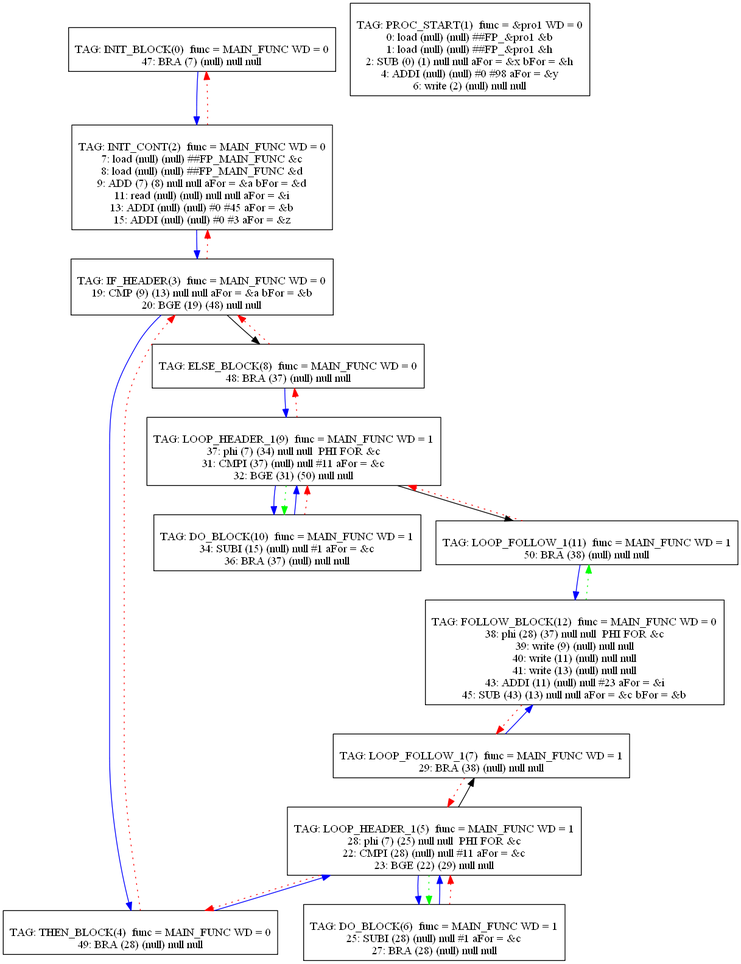
Before: Compiler/graph.png, a diagram exported from Graphviz (mbajaj92/Project-Astoria). Its source is kept beside it as Compiler/graph.dot.
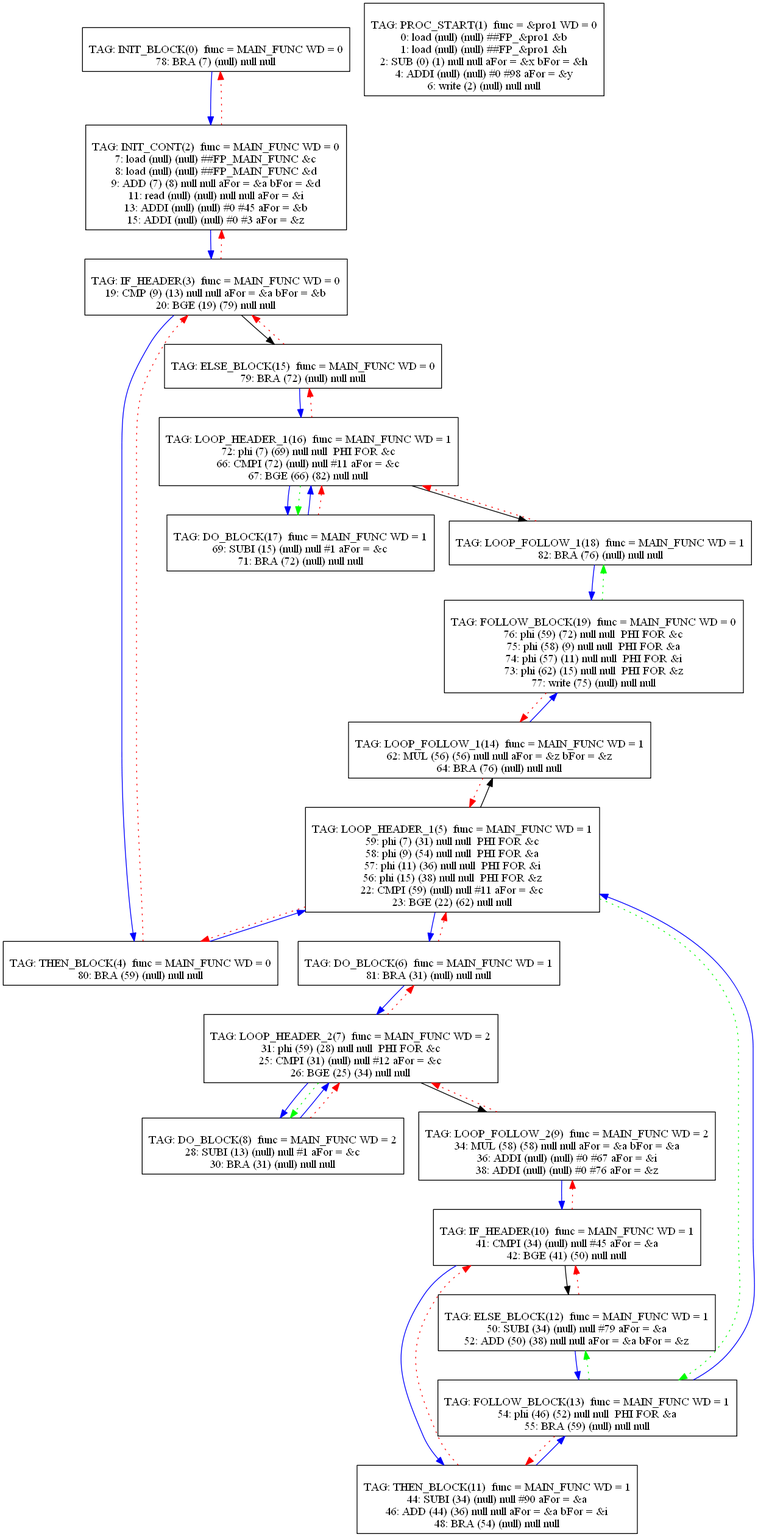
Above is the later version.

Change to the diagram source:
```diff
@@ -1,7 +1,7 @@
 digraph {
 0[label="
 TAG: INIT_BLOCK(0)  func = MAIN_FUNC WD = 0
-47: BRA (7) (null) null null
+78: BRA (7) (null) null null
 "];
 0[shape=box];
 0 -> 2[color=blue]
@@ -29,88 +29,153 @@
 3[label="
 TAG: IF_HEADER(3)  func = MAIN_FUNC WD = 0
 19: CMP (9) (13) null null aFor = &a bFor = &b
-20: BGE (19) (48) null null
+20: BGE (19) (79) null null
 "];
 3[shape=box];
 3 -> 4[color=blue]
-3 -> 8[color=black]
+3 -> 15[color=black]
 3 -> 2[color=red][style=dotted]
 4[label="
 TAG: THEN_BLOCK(4)  func = MAIN_FUNC WD = 0
-49: BRA (28) (null) null null
+80: BRA (59) (null) null null
 "];
 4[shape=box];
 4 -> 5[color=blue]
 4 -> 3[color=red][style=dotted]
 5[label="
 TAG: LOOP_HEADER_1(5)  func = MAIN_FUNC WD = 1
-28: phi (7) (25) null null  PHI FOR &c
-22: CMPI (28) (null) null #11 aFor = &c
-23: BGE (22) (29) null null
+59: phi (7) (31) null null  PHI FOR &c
+58: phi (9) (54) null null  PHI FOR &a
+57: phi (11) (36) null null  PHI FOR &i
+56: phi (15) (38) null null  PHI FOR &z
+22: CMPI (59) (null) null #11 aFor = &c
+23: BGE (22) (62) null null
 "];
 5[shape=box];
 5 -> 6[color=blue]
-5 -> 7[color=black]
+5 -> 14[color=black]
 5 -> 4[color=red][style=dotted]
-5 -> 6[color=green][style=dotted]
+5 -> 13[color=green][style=dotted]
 6[label="
 TAG: DO_BLOCK(6)  func = MAIN_FUNC WD = 1
-25: SUBI (28) (null) null #1 aFor = &c
-27: BRA (28) (null) null null
+81: BRA (31) (null) null null
 "];
 6[shape=box];
-6 -> 5[color=blue]
+6 -> 7[color=blue]
 6 -> 5[color=red][style=dotted]
 7[label="
-TAG: LOOP_FOLLOW_1(7)  func = MAIN_FUNC WD = 1
-29: BRA (38) (null) null null
+TAG: LOOP_HEADER_2(7)  func = MAIN_FUNC WD = 2
+31: phi (59) (28) null null  PHI FOR &c
+25: CMPI (31) (null) null #12 aFor = &c
+26: BGE (25) (34) null null
 "];
 7[shape=box];
-7 -> 12[color=blue]
-7 -> 5[color=red][style=dotted]
+7 -> 8[color=blue]
+7 -> 9[color=black]
+7 -> 6[color=red][style=dotted]
+7 -> 8[color=green][style=dotted]
 8[label="
-TAG: ELSE_BLOCK(8)  func = MAIN_FUNC WD = 0
-48: BRA (37) (null) null null
+TAG: DO_BLOCK(8)  func = MAIN_FUNC WD = 2
+28: SUBI (13) (null) null #1 aFor = &c
+30: BRA (31) (null) null null
 "];
 8[shape=box];
-8 -> 9[color=blue]
-8 -> 3[color=red][style=dotted]
+8 -> 7[color=blue]
+8 -> 7[color=red][style=dotted]
 9[label="
-TAG: LOOP_HEADER_1(9)  func = MAIN_FUNC WD = 1
-37: phi (7) (34) null null  PHI FOR &c
-31: CMPI (37) (null) null #11 aFor = &c
-32: BGE (31) (50) null null
+TAG: LOOP_FOLLOW_2(9)  func = MAIN_FUNC WD = 2
+34: MUL (58) (58) null null aFor = &a bFor = &a
+36: ADDI (null) (null) #0 #67 aFor = &i
+38: ADDI (null) (null) #0 #76 aFor = &z
 "];
 9[shape=box];
 9 -> 10[color=blue]
-9 -> 11[color=black]
-9 -> 8[color=red][style=dotted]
-9 -> 10[color=green][style=dotted]
+9 -> 7[color=red][style=dotted]
 10[label="
-TAG: DO_BLOCK(10)  func = MAIN_FUNC WD = 1
-34: SUBI (15) (null) null #1 aFor = &c
-36: BRA (37) (null) null null
+TAG: IF_HEADER(10)  func = MAIN_FUNC WD = 1
+41: CMPI (34) (null) null #45 aFor = &a
+42: BGE (41) (50) null null
 "];
 10[shape=box];
-10 -> 9[color=blue]
+10 -> 11[color=blue]
+10 -> 12[color=black]
 10 -> 9[color=red][style=dotted]
 11[label="
-TAG: LOOP_FOLLOW_1(11)  func = MAIN_FUNC WD = 1
-50: BRA (38) (null) null null
+TAG: THEN_BLOCK(11)  func = MAIN_FUNC WD = 1
+44: SUBI (34) (null) null #90 aFor = &a
+46: ADD (44) (36) null null aFor = &a bFor = &i
+48: BRA (54) (null) null null
 "];
 11[shape=box];
-11 -> 12[color=blue]
-11 -> 9[color=red][style=dotted]
+11 -> 13[color=blue]
+11 -> 10[color=red][style=dotted]
 12[label="
-TAG: FOLLOW_BLOCK(12)  func = MAIN_FUNC WD = 0
-38: phi (28) (37) null null  PHI FOR &c
-39: write (9) (null) null null
-40: write (11) (null) null null
-41: write (13) (null) null null
-43: ADDI (11) (null) null #23 aFor = &i
-45: SUB (43) (13) null null aFor = &c bFor = &b
+TAG: ELSE_BLOCK(12)  func = MAIN_FUNC WD = 1
+50: SUBI (34) (null) null #79 aFor = &a
+52: ADD (50) (38) null null aFor = &a bFor = &z
 "];
 12[shape=box];
-12 -> 7[color=red][style=dotted]
-12 -> 11[color=green][style=dotted]
+12 -> 13[color=blue]
+12 -> 10[color=red][style=dotted]
+13[label="
+TAG: FOLLOW_BLOCK(13)  func = MAIN_FUNC WD = 1
+54: phi (46) (52) null null  PHI FOR &a
+55: BRA (59) (null) null null
+"];
+13[shape=box];
+13 -> 5[color=blue]
+13 -> 11[color=red][style=dotted]
+13 -> 12[color=green][style=dotted]
+14[label="
+TAG: LOOP_FOLLOW_1(14)  func = MAIN_FUNC WD = 1
+62: MUL (56) (56) null null aFor = &z bFor = &z
+64: BRA (76) (null) null null
+"];
+14[shape=box];
+14 -> 19[color=blue]
+14 -> 5[color=red][style=dotted]
+15[label="
+TAG: ELSE_BLOCK(15)  func = MAIN_FUNC WD = 0
+79: BRA (72) (null) null null
+"];
+15[shape=box];
+15 -> 16[color=blue]
+15 -> 3[color=red][style=dotted]
+16[label="
+TAG: LOOP_HEADER_1(16)  func = MAIN_FUNC WD = 1
+72: phi (7) (69) null null  PHI FOR &c
+66: CMPI (72) (null) null #11 aFor = &c
+67: BGE (66) (82) null null
+"];
+16[shape=box];
+16 -> 17[color=blue]
+16 -> 18[color=black]
+16 -> 15[color=red][style=dotted]
+16 -> 17[color=green][style=dotted]
+17[label="
+TAG: DO_BLOCK(17)  func = MAIN_FUNC WD = 1
+69: SUBI (15) (null) null #1 aFor = &c
+71: BRA (72) (null) null null
+"];
+17[shape=box];
+17 -> 16[color=blue]
+17 -> 16[color=red][style=dotted]
+18[label="
+TAG: LOOP_FOLLOW_1(18)  func = MAIN_FUNC WD = 1
+82: BRA (76) (null) null null
+"];
+18[shape=box];
+18 -> 19[color=blue]
+18 -> 16[color=red][style=dotted]
+19[label="
+TAG: FOLLOW_BLOCK(19)  func = MAIN_FUNC WD = 0
+76: phi (59) (72) null null  PHI FOR &c
+75: phi (58) (9) null null  PHI FOR &a
+74: phi (57) (11) null null  PHI FOR &i
+73: phi (62) (15) null null  PHI FOR &z
+77: write (75) (null) null null
+"];
+19[shape=box];
+19 -> 14[color=red][style=dotted]
+19 -> 18[color=green][style=dotted]
 }
```
